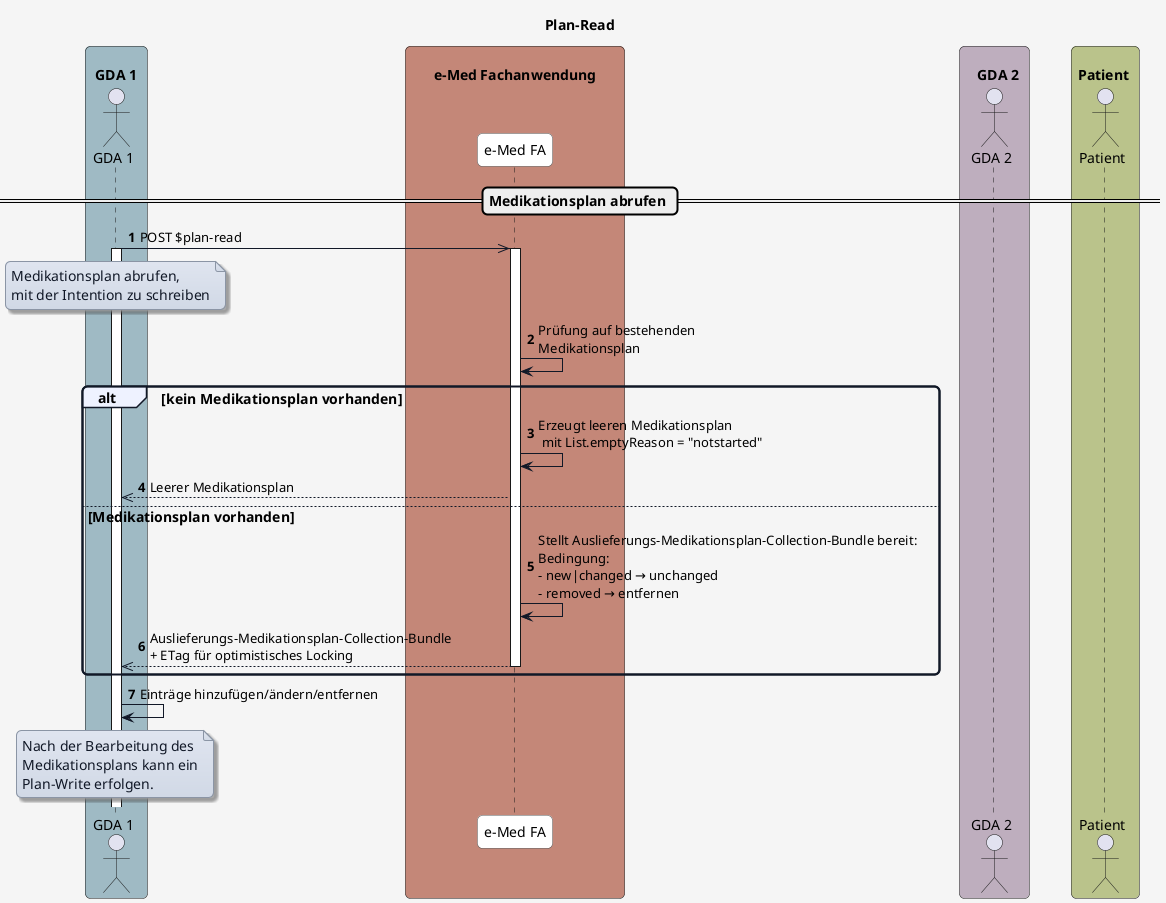
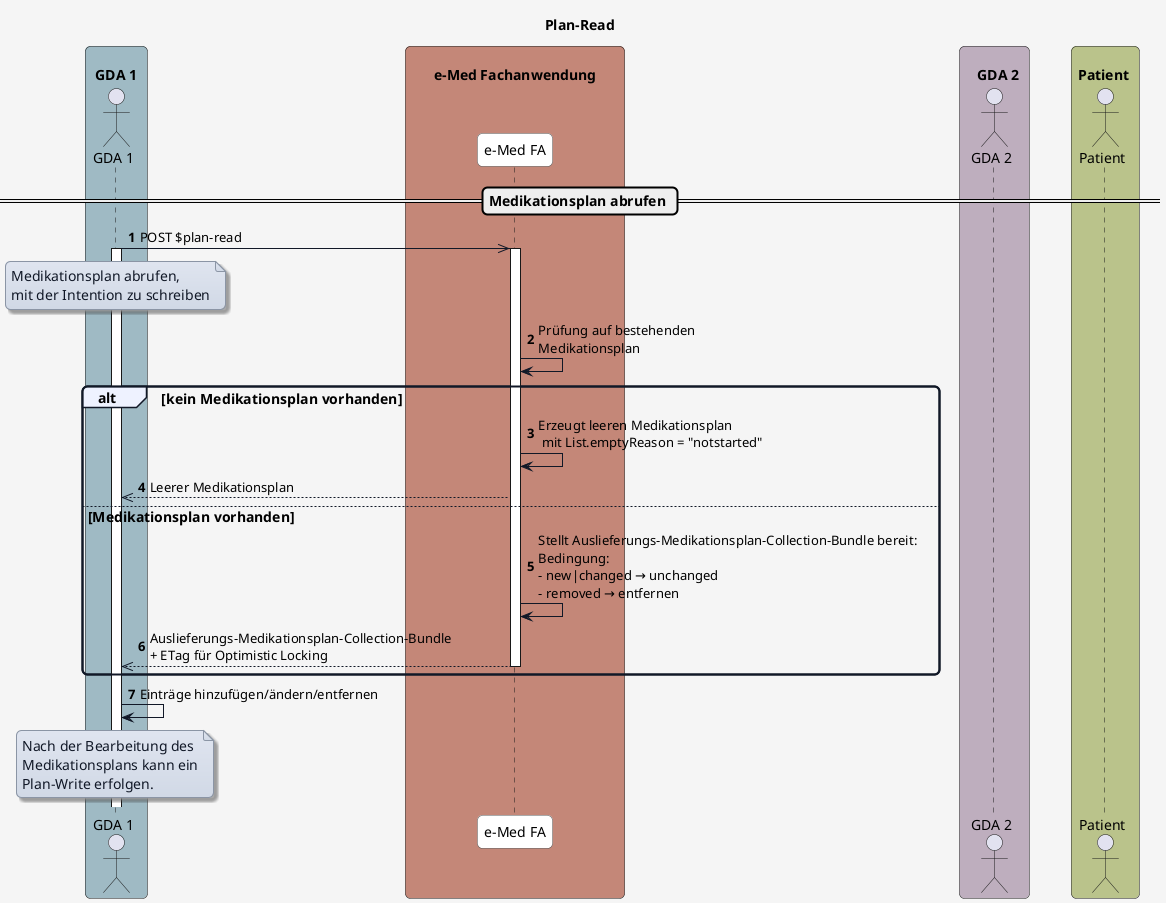
@startuml
title Plan-Read

skinparam borderColor #000000
skinparam backgroundColor #f5f5f5
skinparam shadowing false
skinparam roundCorner 10
skinparam defaultFontName "Arial"
skinparam defaultFontSize 14
skinparam defaultFontColor #000000

skinparam note {
  BackgroundColor #e0e5f0-#d1d9e6
  BorderColor #8b95a5
  BorderThickness 1
  RoundCorner 8
  Padding 6
  FontColor #111827
  Shadowing true
}

skinparam HyperlinkColor #0000EE
skinparam HyperlinkUnderline false

skinparam sequence {
  ParticipantBorderColor #555555
  ParticipantBackgroundColor #ffffff
  ParticipantFontColor #000000
  ParticipantFontSize 14
  ParticipantPadding 20
  ArrowColor #111827
  ArrowThickness 1
  ArrowFontColor #000000
  ArrowFontSize 13
  GroupBorderColor #111827
  GroupBackgroundColor #eef2ff
  GroupBorderThickness 2
}

skinparam BoxPadding 20
skinparam BoxBorderColor #555555

box "\n  GDA 1  " #9fbac4
  actor GDA_1 as "GDA 1"
end box

box "\n       e-Med Fachanwendung       " #C48778
  participant eMed_FA as "e-Med FA"
end box

box "\n    GDA 2  " #beaebe
  actor GDA_2 as "GDA 2"
end box

box "\n Patient  " #bac38b
  actor Patient as "Patient"
end box


autonumber

== Medikationsplan abrufen ==

GDA_1 ->> eMed_FA: POST $plan-read
activate GDA_1

note over GDA_1
Medikationsplan abrufen,
mit der Intention zu schreiben
end note

activate eMed_FA
eMed_FA -> eMed_FA: Prüfung auf bestehenden\nMedikationsplan

alt kein Medikationsplan vorhanden
  eMed_FA -> eMed_FA: Erzeugt leeren Medikationsplan\n mit List.emptyReason = "notstarted"
  eMed_FA -->> GDA_1: Leerer Medikationsplan

else Medikationsplan vorhanden
  eMed_FA -> eMed_FA: Stellt Auslieferungs-Medikationsplan-Collection-Bundle bereit:\nBedingung:\n- new|changed → unchanged\n- removed → entfernen
-   eMed_FA -->> GDA_1: Auslieferungs-Medikationsplan-Collection-Bundle\n+ ETag für optimistisches Locking
+   eMed_FA -->> GDA_1: Auslieferungs-Medikationsplan-Collection-Bundle\n+ ETag für Optimistic Locking
  deactivate eMed_FA
end


GDA_1 -> GDA_1: Einträge hinzufügen/ändern/entfernen

note over GDA_1
Nach der Bearbeitung des
Medikationsplans kann ein
Plan-Write erfolgen.
end note

@enduml